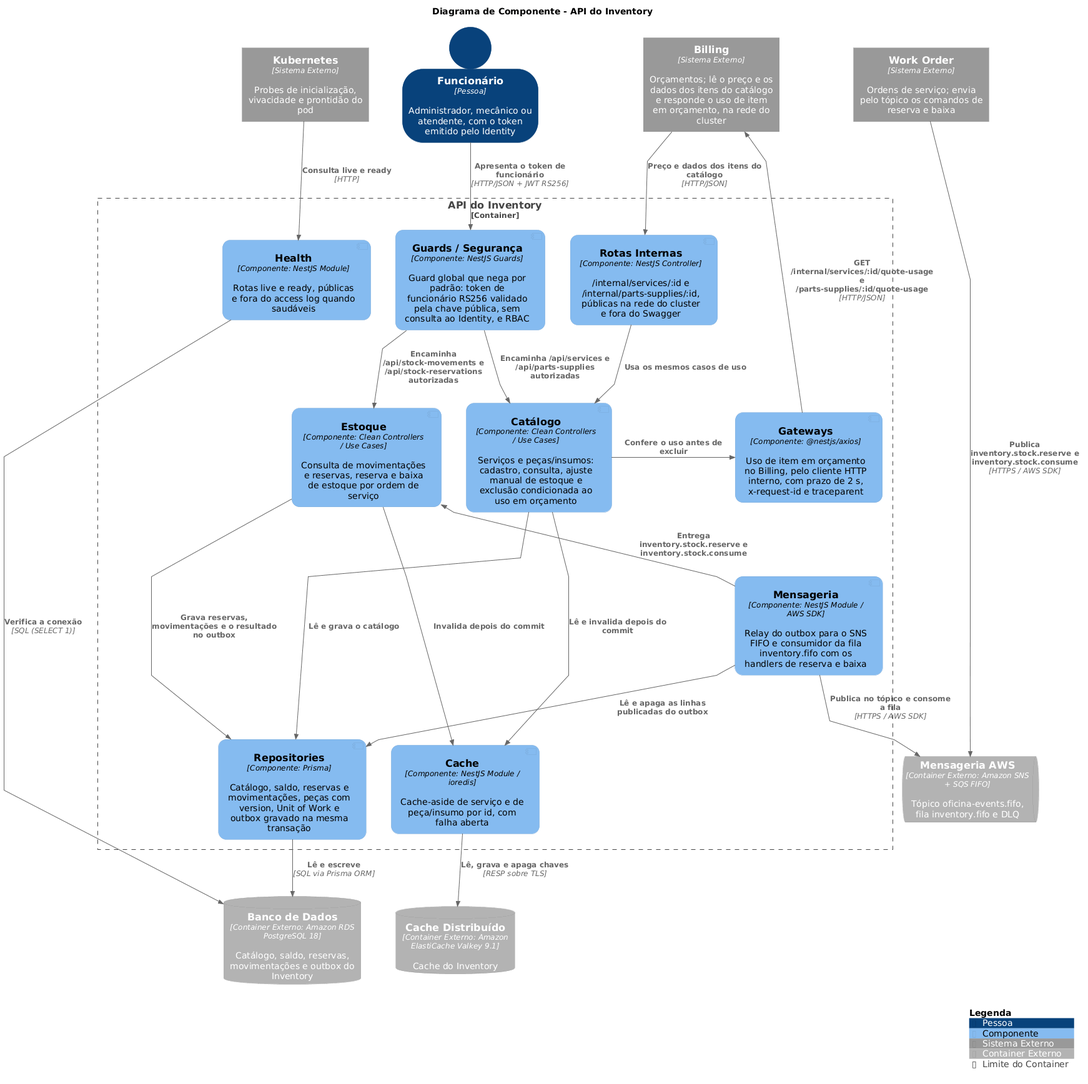
This is docs/c4/images/c4-component.png from FIAP-15SOAT/oficina-mecanica-inventory-service, a PlantUML export, as it was before one commit.
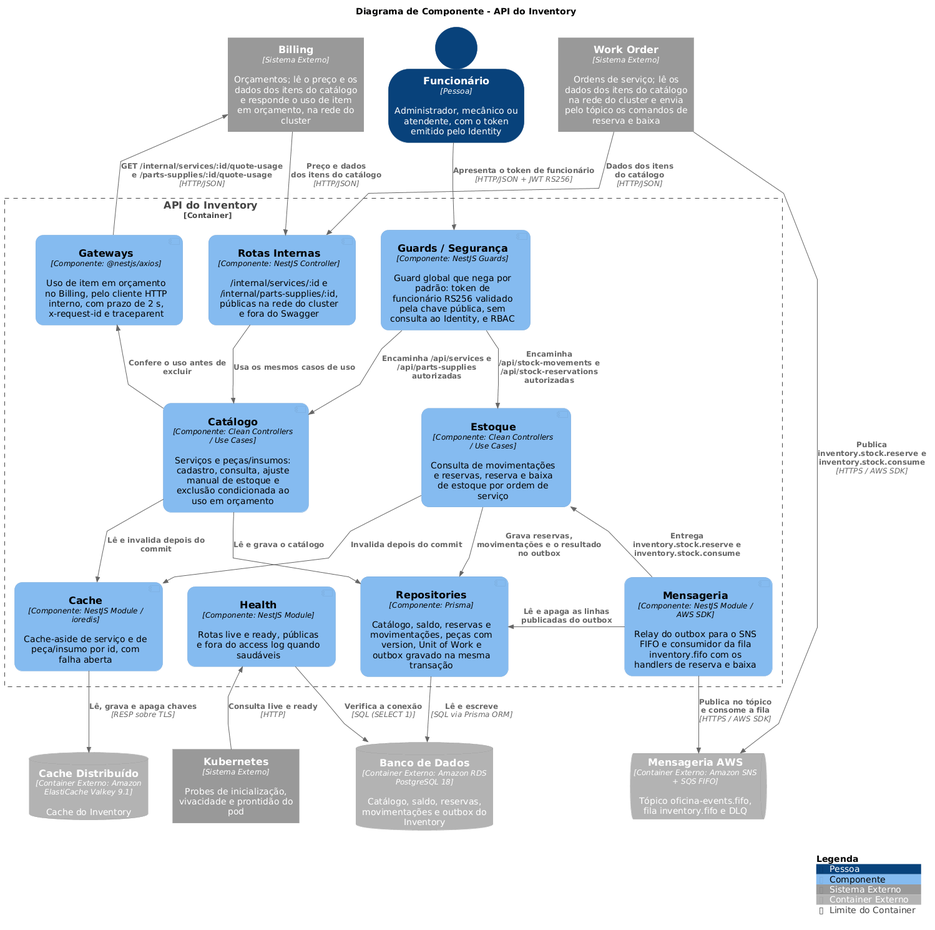
Above is the later version.

Commit message:
docs(inventory): add ER diagram and fix C4 component

What changed in the source:
```diff
@@ -6,7 +6,10 @@
 UpdateElementStyle("person", $legendText="Pessoa")
 UpdateElementStyle("external_system", $legendText="Sistema Externo")
 UpdateElementStyle("external_container", $legendText="Container Externo")
-UpdateBoundaryStyle("container", $type="Container", $legendText="Limite do Container")
+!$titleShift = "<U+00A0><U+00A0><U+00A0><U+00A0><U+00A0><U+00A0><U+00A0><U+00A0><U+00A0><U+00A0><U+00A0><U+00A0><U+00A0><U+00A0><U+00A0><U+00A0><U+00A0><U+00A0><U+00A0><U+00A0><U+00A0><U+00A0><U+00A0><U+00A0><U+00A0><U+00A0><U+00A0><U+00A0><U+00A0><U+00A0><U+00A0><U+00A0><U+00A0><U+00A0><U+00A0><U+00A0><U+00A0><U+00A0><U+00A0><U+00A0><U+00A0><U+00A0><U+00A0><U+00A0><U+00A0><U+00A0><U+00A0><U+00A0><U+00A0><U+00A0><U+00A0><U+00A0><U+00A0><U+00A0><U+00A0><U+00A0><U+00A0><U+00A0><U+00A0><U+00A0><U+00A0><U+00A0><U+00A0><U+00A0><U+00A0><U+00A0><U+00A0><U+00A0><U+00A0><U+00A0><U+00A0><U+00A0><U+00A0><U+00A0><U+00A0><U+00A0><U+00A0><U+00A0><U+00A0><U+00A0><U+00A0><U+00A0><U+00A0><U+00A0><U+00A0><U+00A0><U+00A0><U+00A0><U+00A0><U+00A0><U+00A0><U+00A0><U+00A0><U+00A0><U+00A0><U+00A0><U+00A0><U+00A0><U+00A0><U+00A0><U+00A0><U+00A0><U+00A0><U+00A0><U+00A0>"
+!$boundaryType = "Container]" + $titleShift + "<U+00A0><U+00A0><U+00A0><U+00A0><U+00A0><U+00A0><U+00A0><U+00A0><U+00A0><U+00A0><U+00A0><U+00A0><U+00A0><U+00A0><U+00A0><U+00A0><U+00A0><U+00A0><U+00A0><U+00A0><U+00A0><U+00A0><U+00A0><U+00A0><U+00A0><U+00A0><U+00A0><U+00A0><U+00A0><U+00A0><U+00A0><U+00A0><U+00A0><U+00A0><U+00A0><U+00A0><color:transparent>"
+!$boundaryName = "API do Inventory" + $titleShift
+UpdateBoundaryStyle("container", $type=$boundaryType, $legendText="Limite do Container")
 
 SHOW_ELEMENT_TYPE($hidePersonType="false")
 SHOW_PERSON_OUTLINE()
@@ -27,10 +30,9 @@
 
 Person(staff, "Funcionário", "Administrador, mecânico ou atendente, com o token emitido pelo Identity")
 System_Ext(billing, "Billing", "Orçamentos; lê o preço e os dados dos itens do catálogo e responde o uso de item em orçamento, na rede do cluster")
-System_Ext(workOrder, "Work Order", "Ordens de serviço; envia pelo tópico os comandos de reserva e baixa")
-System_Ext(k8s, "Kubernetes", "Probes de inicialização, vivacidade e prontidão do pod")
+System_Ext(workOrder, "Work Order", "Ordens de serviço; lê os dados dos itens do catálogo na rede do cluster e envia pelo tópico os comandos de reserva e baixa")
 
-Container_Boundary(api, "API do Inventory") {
+Container_Boundary(api, $boundaryName) {
     Component(guards, "Guards / Segurança", "NestJS Guards", "Guard global que nega por padrão: token de funcionário RS256 validado pela chave pública, sem consulta ao Identity, e RBAC", $baseShape="component")
     Component(internalRoutes, "Rotas Internas", "NestJS Controller", "/internal/services/:id e /internal/parts-supplies/:id, públicas na rede do cluster e fora do Swagger", $baseShape="component")
     Component(health, "Health", "NestJS Module", "Rotas live e ready, públicas e fora do access log quando saudáveis", $baseShape="component")
@@ -44,37 +46,40 @@
 
 ContainerQueue_Ext(sns, "Mensageria AWS", "Amazon SNS + SQS FIFO", "Tópico oficina-events.fifo, fila inventory.fifo e DLQ")
 ContainerDb_Ext(postgres, "Banco de Dados", "Amazon RDS PostgreSQL 18", "Catálogo, saldo, reservas, movimentações e outbox do Inventory")
+System_Ext(k8s, "Kubernetes", "Probes de inicialização, vivacidade e prontidão do pod")
 ContainerDb_Ext(valkey, "Cache Distribuído", "Amazon ElastiCache Valkey 9.1", "Cache do Inventory")
 
-Lay_R(k8s, staff)
-Lay_R(staff, billing)
-Lay_R(billing, workOrder)
-Lay_R(guards, internalRoutes)
-Lay_R(internalRoutes, health)
-Lay_R(catalog, gateways)
-Lay_D(gateways, messaging)
-Lay_R(repositories, cache)
-Lay_R(postgres, valkey)
-
-Rel_D(staff, guards, "Apresenta o token de funcionário", "HTTP/JSON + JWT RS256")
-Rel_D(billing, internalRoutes, "Preço e dados dos itens do catálogo", "HTTP/JSON")
-Rel_D(k8s, health, "Consulta live e ready", "HTTP")
+Lay_R(billing, staff)
+Lay_R(staff, workOrder)
+Lay_R(gateways, internalRoutes)
+Lay_R(internalRoutes, guards)
+Lay_R(catalog, stock)
+Lay_R(cache, health)
+Lay_R(health, repositories)
+Lay_R(repositories, messaging)
+Lay_R(valkey, k8s)
+Lay_R(k8s, postgres)
+Lay_R(postgres, sns)
+Rel_U(k8s, health, "Consulta live e ready", "HTTP")
+Rel_U(gateways, billing, "GET<U+00A0>/internal/services/:id/quote-usage\ne<U+00A0>/parts-supplies/:id/quote-usage", "HTTP/JSON")
+Rel_D(billing, internalRoutes, "Preço e dados\ndos itens do catálogo", "HTTP/JSON")
+Rel_D(workOrder, internalRoutes, "Dados dos itens\ndo catálogo", "HTTP/JSON")
+Rel_D(staff, guards, "Apresenta<U+00A0>o<U+00A0>token<U+00A0>de<U+00A0>funcionário", "HTTP/JSON + JWT RS256")
+Rel_D(internalRoutes, catalog, "Usa os mesmos casos de uso")
 Rel_D(guards, catalog, "Encaminha /api/services e /api/parts-supplies autorizadas")
 Rel_D(guards, stock, "Encaminha /api/stock-movements e /api/stock-reservations autorizadas")
-Rel_D(internalRoutes, catalog, "Usa os mesmos casos de uso")
-Rel_R(catalog, gateways, "Confere o uso antes de excluir")
-Rel_U(gateways, billing, "GET /internal/services/:id/quote-usage e /parts-supplies/:id/quote-usage", "HTTP/JSON")
+Rel_U(catalog, gateways, "Confere o uso antes de excluir")
 Rel_U(messaging, stock, "Entrega inventory.stock.reserve e inventory.stock.consume")
+Rel_D(catalog, cache, "Lê e invalida depois do commit")
 Rel_D(catalog, repositories, "Lê e grava o catálogo")
+Rel_D(stock, cache, "Invalida depois do commit")
 Rel_D(stock, repositories, "Grava reservas, movimentações e o resultado no outbox")
-Rel_D(catalog, cache, "Lê e invalida depois do commit")
-Rel_D(stock, cache, "Invalida depois do commit")
-Rel_D(messaging, repositories, "Lê e apaga as linhas publicadas do outbox")
-Rel_D(messaging, sns, "Publica no tópico e consome a fila", "HTTPS / AWS SDK")
+Rel_L(messaging, repositories, "Lê e apaga as linhas publicadas do outbox")
+Rel_D(messaging, sns, "Publica no tópico\ne consome a fila", "HTTPS / AWS SDK")
 Rel_D(workOrder, sns, "Publica inventory.stock.reserve e inventory.stock.consume", "HTTPS / AWS SDK")
+Rel_D(health, postgres, "Verifica a conexão", "SQL (SELECT 1)")
 Rel_D(repositories, postgres, "Lê e escreve", "SQL via Prisma ORM")
 Rel_D(cache, valkey, "Lê, grava e apaga chaves", "RESP sobre TLS")
-Rel_D(health, postgres, "Verifica a conexão", "SQL (SELECT 1)")
 
 SHOW_LEGEND()
 @enduml
```
